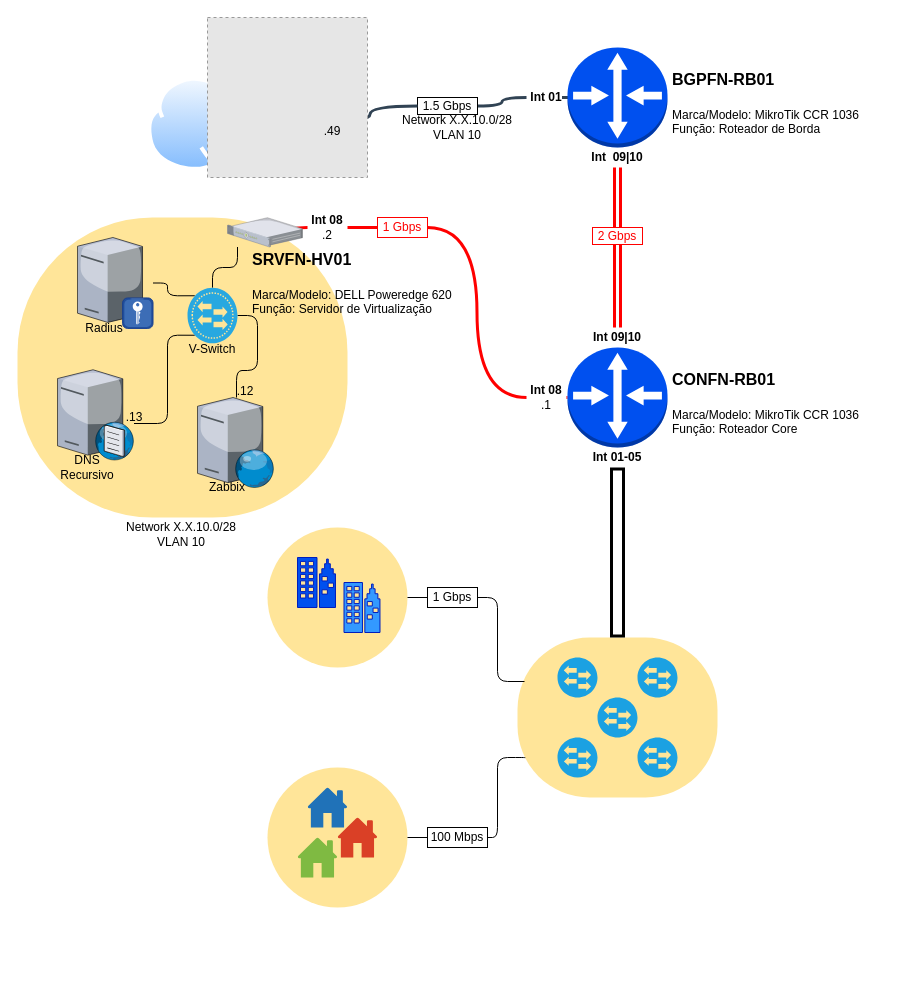
Above: Fox-Network-Diagrama.drawio in vamilson/Diagramas (draw.io), before the change. Source tidied: cells renumbered, new cells numbered last; positions are measured from the earlier drawing's top-left corner, leaving out a move shared by most shapes. Both pictures are drawn from the tidied source at 100%, with x=0, y=0 at pixel (17, 17). Pictures stored in the file or linked from it are replaced by grey dashed boxes.
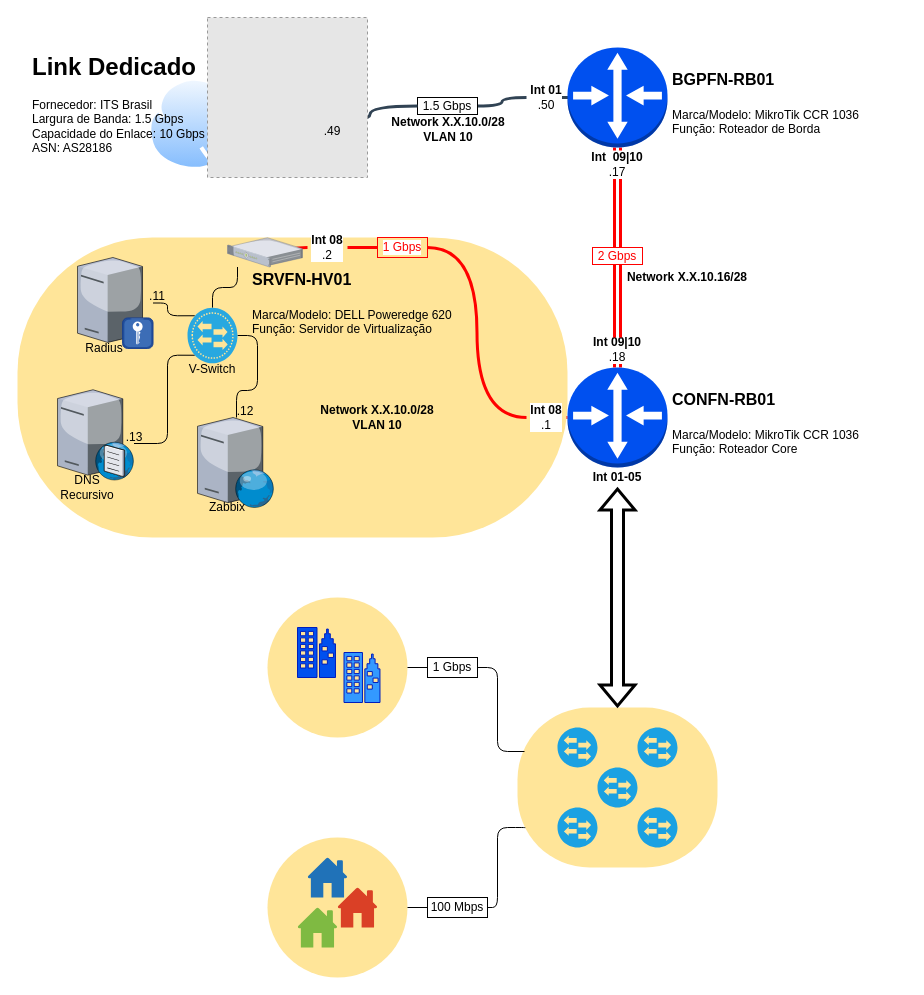
After the change.

The change refers to these unchanged cells:
```xml
<mxCell id="3" style="group;" parent="2" vertex="1">
  <mxGeometry x="400" y="620" width="400" height="170" as="geometry" />
</mxCell>
```

What changed in the source:
```diff
@@
     <mxCell id="4" style="rounded=1;whiteSpace=wrap;html=1;shadow=0;labelBackgroundColor=#ffffff;arcSize=45;fillColor=#FFE599;strokeColor=none;" parent="3" vertex="1">
-      <mxGeometry x="100" width="200" height="160" as="geometry" />
+      <mxGeometry x="100" y="70" width="200" height="160" as="geometry" />
     </mxCell>
     <mxCell id="5" style="verticalLabelPosition=bottom;html=1;fillColor=#1ba1e2;verticalAlign=top;align=center;shape=mxgraph.cisco_safe.capability.l2_switching;strokeColor=#006EAF;fontColor=#ffffff;flipH=0;" parent="3" vertex="1">
-      <mxGeometry x="140" y="100" width="40" height="40" as="geometry" />
+      <mxGeometry x="140" y="170" width="40" height="40" as="geometry" />
     </mxCell>
     <mxCell id="6" style="verticalLabelPosition=bottom;html=1;fillColor=#1ba1e2;verticalAlign=top;align=center;shape=mxgraph.cisco_safe.capability.l2_switching;strokeColor=#006EAF;fontColor=#ffffff;flipH=0;" parent="3" vertex="1">
-      <mxGeometry x="180" y="60" width="40" height="40" as="geometry" />
+      <mxGeometry x="180" y="130" width="40" height="40" as="geometry" />
     </mxCell>
     <mxCell id="7" style="verticalLabelPosition=bottom;html=1;fillColor=#1ba1e2;verticalAlign=top;align=center;shape=mxgraph.cisco_safe.capability.l2_switching;strokeColor=#006EAF;fontColor=#ffffff;flipH=0;" parent="3" vertex="1">
-      <mxGeometry x="140" y="20" width="40" height="40" as="geometry" />
+      <mxGeometry x="140" y="90" width="40" height="40" as="geometry" />
     </mxCell>
     <mxCell id="8" style="verticalLabelPosition=bottom;html=1;fillColor=#1ba1e2;verticalAlign=top;align=center;shape=mxgraph.cisco_safe.capability.l2_switching;strokeColor=#006EAF;fontColor=#ffffff;flipH=0;" parent="3" vertex="1">
-      <mxGeometry x="220" y="20" width="40" height="40" as="geometry" />
+      <mxGeometry x="220" y="90" width="40" height="40" as="geometry" />
     </mxCell>
     <mxCell id="9" style="verticalLabelPosition=bottom;html=1;fillColor=#1ba1e2;verticalAlign=top;align=center;shape=mxgraph.cisco_safe.capability.l2_switching;strokeColor=#006EAF;fontColor=#ffffff;flipH=0;" parent="3" vertex="1">
-      <mxGeometry x="220" y="100" width="40" height="40" as="geometry" />
+      <mxGeometry x="220" y="170" width="40" height="40" as="geometry" />
     </mxCell>
     <mxCell id="10" style="ellipse;whiteSpace=wrap;html=1;shadow=0;labelBackgroundColor=#ffffff;fillColor=#FFE599;strokeColor=none;" parent="2" vertex="1">
-      <mxGeometry x="250" y="510" width="140" height="140" as="geometry" />
+      <mxGeometry x="250" y="580" width="140" height="140" as="geometry" />
     </mxCell>
     <mxCell id="11" style="ellipse;whiteSpace=wrap;html=1;shadow=0;labelBackgroundColor=#ffffff;fillColor=#FFE599;strokeColor=none;" parent="2" vertex="1">
-      <mxGeometry x="250" y="750" width="140" height="140" as="geometry" />
+      <mxGeometry x="250" y="820" width="140" height="140" as="geometry" />
     </mxCell>
     <mxCell id="12" style="shadow=0;dashed=0;html=1;strokeColor=none;labelPosition=center;verticalLabelPosition=bottom;verticalAlign=top;align=center;shape=mxgraph.office.concepts.home;fillColor=#2072B8;" parent="2" vertex="1">
-      <mxGeometry x="290" y="770" width="40" height="40" as="geometry" />
+      <mxGeometry x="290" y="840" width="40" height="40" as="geometry" />
     </mxCell>
     <mxCell id="13" style="shadow=0;dashed=0;html=1;strokeColor=none;labelPosition=center;verticalLabelPosition=bottom;verticalAlign=top;align=center;shape=mxgraph.office.concepts.home;fillColor=#DA4026;" parent="2" vertex="1">
-      <mxGeometry x="320" y="800" width="40" height="40" as="geometry" />
+      <mxGeometry x="320" y="870" width="40" height="40" as="geometry" />
     </mxCell>
     <mxCell id="14" style="shadow=0;dashed=0;html=1;strokeColor=none;labelPosition=center;verticalLabelPosition=bottom;verticalAlign=top;align=center;shape=mxgraph.office.concepts.home;fillColor=#7FBA42;" parent="2" vertex="1">
-      <mxGeometry x="280" y="820" width="40" height="40" as="geometry" />
+      <mxGeometry x="280" y="890" width="40" height="40" as="geometry" />
     </mxCell>
     <mxCell id="15" style="group;" parent="2" vertex="1">
-      <mxGeometry y="200" width="470" height="330" as="geometry" />
+      <mxGeometry y="220" width="550" height="330" as="geometry" />
     </mxCell>
     <mxCell id="16" style="rounded=1;whiteSpace=wrap;html=1;shadow=0;labelBackgroundColor=#ffffff;arcSize=45;fillColor=#FFE599;strokeColor=none;" parent="15" vertex="1">
-      <mxGeometry width="330" height="300" as="geometry" />
+      <mxGeometry width="550" height="300" as="geometry" />
     </mxCell>
@@
-    <mxCell id="35" value="Network X.X.10.0/28&lt;br&gt;VLAN 10" style="text;html=1;strokeColor=none;fillColor=none;align=center;verticalAlign=middle;whiteSpace=wrap;rounded=0;" parent="15" vertex="1">
-      <mxGeometry x="84" y="307" width="160" height="20" as="geometry" />
+    <mxCell id="35" value="Network X.X.10.0/28&lt;br&gt;VLAN 10" style="text;html=1;strokeColor=none;fillColor=none;align=center;verticalAlign=middle;whiteSpace=wrap;rounded=0;fontStyle=1;" parent="15" vertex="1">
+      <mxGeometry x="280" y="170" width="160" height="20" as="geometry" />
     </mxCell>
+    <mxCell id="77" value=".11" style="text;html=1;strokeColor=none;fillColor=none;align=center;verticalAlign=middle;whiteSpace=wrap;rounded=0;" parent="15" vertex="1">
+      <mxGeometry x="120" y="49" width="40" height="20" as="geometry" />
+    </mxCell>
@@
-    <mxCell id="39" value="&lt;b&gt;Int 01&lt;/b&gt;" style="text;html=1;strokeColor=none;fillColor=none;align=center;verticalAlign=middle;whiteSpace=wrap;rounded=0;shadow=0;labelBackgroundColor=#ffffff;" parent="36" vertex="1">
+    <mxCell id="39" value="&lt;b&gt;Int 01&lt;/b&gt;&lt;br&gt;.50" style="text;html=1;strokeColor=none;fillColor=none;align=center;verticalAlign=middle;whiteSpace=wrap;rounded=0;shadow=0;labelBackgroundColor=#ffffff;" parent="36" vertex="1">
       <mxGeometry x="509" y="70" width="40" height="20" as="geometry" />
     </mxCell>
@@
-    <mxCell id="41" value="&lt;b&gt;Int&amp;nbsp;09|10&lt;br&gt;&lt;/b&gt;" style="text;html=1;strokeColor=none;fillColor=none;align=center;verticalAlign=middle;whiteSpace=wrap;rounded=0;shadow=0;labelBackgroundColor=#ffffff;" parent="36" vertex="1">
-      <mxGeometry x="580" y="310" width="40" height="20" as="geometry" />
-    </mxCell>
-    <mxCell id="42" style="edgeStyle=orthogonalEdgeStyle;rounded=1;jettySize=auto;html=1;entryX=0.5;entryY=0;entryDx=0;entryDy=0;entryPerimeter=0;endArrow=none;endFill=0;strokeColor=#FF0000;strokeWidth=3;shape=link;exitX=0.5;exitY=1;exitDx=0;exitDy=0;exitPerimeter=0;" parent="36" edge="1" source="51" target="41">
-      <mxGeometry relative="1" as="geometry" />
+    <mxCell id="42" style="edgeStyle=orthogonalEdgeStyle;rounded=1;jettySize=auto;html=1;endArrow=none;endFill=0;strokeColor=#FF0000;strokeWidth=3;shape=link;exitX=0.5;exitY=1;exitDx=0;exitDy=0;exitPerimeter=0;" parent="36" edge="1" source="41">
+      <mxGeometry relative="1" as="geometry">
+        <mxPoint x="600" y="327" as="targetPoint" />
+      </mxGeometry>
     </mxCell>
@@
     <mxCell id="45" value="&lt;font color=&quot;#ff0000&quot;&gt;1 Gbps&lt;/font&gt;" style="text;html=1;strokeColor=#FF0000;fillColor=none;align=center;verticalAlign=middle;whiteSpace=wrap;rounded=0;shadow=0;labelBackgroundColor=#ffffff;" parent="36" vertex="1">
-      <mxGeometry x="360" y="200" width="50" height="20" as="geometry" />
+      <mxGeometry x="360" y="220" width="50" height="20" as="geometry" />
     </mxCell>
@@
     <mxCell id="47" value="&lt;b&gt;Int 08&lt;/b&gt;&lt;br&gt;.1" style="text;html=1;strokeColor=none;fillColor=none;align=center;verticalAlign=middle;whiteSpace=wrap;rounded=0;shadow=0;labelBackgroundColor=#ffffff;" parent="36" vertex="1">
-      <mxGeometry x="509" y="370" width="40" height="20" as="geometry" />
+      <mxGeometry x="509" y="390" width="40" height="20" as="geometry" />
     </mxCell>
     <mxCell id="48" style="edgeStyle=orthogonalEdgeStyle;curved=1;jettySize=auto;html=1;endArrow=none;endFill=0;strokeColor=#FF0000;strokeWidth=3;" parent="36" edge="1" source="60" target="47">
       <mxGeometry relative="1" as="geometry">
         <Array as="points">
-          <mxPoint x="540" y="380" />
-          <mxPoint x="540" y="380" />
+          <mxPoint x="540" y="400" />
+          <mxPoint x="540" y="400" />
         </Array>
       </mxGeometry>
     </mxCell>
     <mxCell id="49" value="&lt;b&gt;Int 01-05&lt;br&gt;&lt;/b&gt;" style="text;html=1;strokeColor=none;fillColor=none;align=center;verticalAlign=middle;whiteSpace=wrap;rounded=0;shadow=0;labelBackgroundColor=#ffffff;" parent="36" vertex="1">
-      <mxGeometry x="570" y="430" width="60" height="20" as="geometry" />
+      <mxGeometry x="570" y="450" width="60" height="20" as="geometry" />
     </mxCell>
-    <mxCell id="50" style="edgeStyle=none;shape=flexArrow;rounded=0;jettySize=auto;html=1;exitX=0.5;exitY=0;exitDx=0;exitDy=0;startArrow=none;startFill=0;endArrow=none;endFill=0;strokeColor=#000000;strokeWidth=3;entryX=0.5;entryY=1;entryDx=0;entryDy=0;entryPerimeter=0;" parent="36" edge="1" source="4" target="49">
+    <mxCell id="50" style="edgeStyle=none;shape=flexArrow;rounded=0;jettySize=auto;html=1;exitX=0.5;exitY=0;exitDx=0;exitDy=0;startArrow=block;startFill=0;endArrow=block;endFill=0;strokeColor=#000000;strokeWidth=3;entryX=0.5;entryY=1;entryDx=0;entryDy=0;entryPerimeter=0;" parent="36" edge="1" source="4" target="49">
       <mxGeometry relative="1" as="geometry" />
     </mxCell>
     <mxCell id="51" value="&lt;font color=&quot;#ff0000&quot;&gt;2 Gbps&lt;/font&gt;" style="text;html=1;strokeColor=#FF0000;fillColor=none;align=center;verticalAlign=middle;whiteSpace=wrap;rounded=0;shadow=0;labelBackgroundColor=#ffffff;" parent="36" vertex="1">
-      <mxGeometry x="575" y="210" width="50" height="17" as="geometry" />
+      <mxGeometry x="575" y="230" width="50" height="17" as="geometry" />
     </mxCell>
@@
-    <mxCell id="53" value="&lt;b&gt;Int&amp;nbsp; 09|10&lt;/b&gt;" style="text;html=1;strokeColor=none;fillColor=none;align=center;verticalAlign=middle;whiteSpace=wrap;rounded=0;shadow=0;labelBackgroundColor=#ffffff;" parent="36" vertex="1">
-      <mxGeometry x="570" y="130" width="60" height="20" as="geometry" />
+    <mxCell id="53" value="&lt;b&gt;Int&amp;nbsp; 09|10&lt;/b&gt;&lt;br&gt;.17" style="text;html=1;strokeColor=none;fillColor=none;align=center;verticalAlign=middle;whiteSpace=wrap;rounded=0;shadow=0;labelBackgroundColor=#ffffff;" parent="36" vertex="1">
+      <mxGeometry x="570" y="133" width="60" height="27" as="geometry" />
     </mxCell>
@@
+    <mxCell id="41" value="&lt;b&gt;Int&amp;nbsp;09|10&lt;/b&gt;&lt;br&gt;.18" style="text;html=1;strokeColor=none;fillColor=none;align=center;verticalAlign=middle;whiteSpace=wrap;rounded=0;shadow=0;labelBackgroundColor=#ffffff;" parent="36" vertex="1">
+      <mxGeometry x="580" y="320" width="40" height="24" as="geometry" />
+    </mxCell>
+    <mxCell id="78" style="edgeStyle=orthogonalEdgeStyle;rounded=1;jettySize=auto;html=1;endArrow=none;endFill=0;strokeColor=#FF0000;strokeWidth=3;shape=link;exitX=0.5;exitY=1;exitDx=0;exitDy=0;exitPerimeter=0;" parent="36" edge="1" source="51" target="41">
+      <mxGeometry relative="1" as="geometry" />
+    </mxCell>
@@
     <mxCell id="58" style="verticalLabelPosition=bottom;html=1;verticalAlign=top;align=center;strokeColor=#001DBC;fillColor=#3399FF;shape=mxgraph.azure.enterprise;shadow=0;labelBackgroundColor=none;fontColor=#ffffff;" parent="57" vertex="1">
-      <mxGeometry x="326.5" y="565" width="36" height="50" as="geometry" />
+      <mxGeometry x="326.5" y="635" width="36" height="50" as="geometry" />
     </mxCell>
@@
     <mxCell id="60" style="outlineConnect=0;dashed=0;verticalLabelPosition=bottom;verticalAlign=top;align=center;html=1;shape=mxgraph.aws3.router;fillColor=#0050ef;strokeColor=#001DBC;fontColor=#ffffff;labelBorderColor=none;labelBackgroundColor=none;shadow=0;noLabel=0;" parent="57" vertex="1">
-      <mxGeometry x="550" y="330" width="100" height="100" as="geometry" />
+      <mxGeometry x="550" y="350" width="100" height="100" as="geometry" />
     </mxCell>
@@
     <mxCell id="65" style="verticalLabelPosition=bottom;html=1;verticalAlign=top;align=center;strokeColor=#001DBC;fillColor=#0050ef;shape=mxgraph.azure.enterprise;shadow=0;labelBackgroundColor=none;fontColor=#ffffff;" parent="57" vertex="1">
-      <mxGeometry x="280" y="540" width="38" height="50" as="geometry" />
+      <mxGeometry x="280" y="610" width="38" height="50" as="geometry" />
     </mxCell>
@@
     <mxCell id="68" value="&lt;h1&gt;&lt;font style=&quot;font-size: 16px&quot;&gt;CONFN-RB01&lt;/font&gt;&lt;/h1&gt;&lt;div&gt;&lt;font style=&quot;font-size: 12px&quot;&gt;Marca/Modelo: MikroTik CCR 1036&lt;/font&gt;&lt;/div&gt;&lt;div&gt;&lt;font style=&quot;font-size: 12px&quot;&gt;Função: Roteador Core&lt;br&gt;&lt;br&gt;&lt;/font&gt;&lt;/div&gt;&lt;div&gt;&lt;font style=&quot;font-size: 12px&quot;&gt;&lt;br&gt;&lt;/font&gt;&lt;/div&gt;" style="text;html=1;strokeColor=none;fillColor=none;spacing=5;spacingTop=-20;whiteSpace=wrap;overflow=hidden;rounded=0;" parent="57" vertex="1">
-      <mxGeometry x="650" y="340" width="240" height="80" as="geometry" />
+      <mxGeometry x="650" y="360" width="240" height="80" as="geometry" />
     </mxCell>
     <mxCell id="69" value="1 Gbps" style="text;html=1;strokeColor=#000000;fillColor=none;align=center;verticalAlign=middle;whiteSpace=wrap;rounded=0;shadow=0;labelBackgroundColor=#ffffff;" parent="57" vertex="1">
-      <mxGeometry x="410" y="570" width="50" height="20" as="geometry" />
+      <mxGeometry x="410" y="640" width="50" height="20" as="geometry" />
     </mxCell>
@@
     <mxCell id="71" style="edgeStyle=orthogonalEdgeStyle;rounded=1;jettySize=auto;html=1;exitX=1;exitY=0.5;exitDx=0;exitDy=0;endArrow=none;endFill=0;strokeColor=#000000;" parent="57" edge="1" source="11">
       <mxGeometry relative="1" as="geometry">
-        <mxPoint x="410" y="820" as="targetPoint" />
+        <mxPoint x="410" y="890" as="targetPoint" />
       </mxGeometry>
     </mxCell>
@@
     <mxCell id="74" style="edgeStyle=orthogonalEdgeStyle;rounded=1;jettySize=auto;html=1;exitX=1;exitY=0.5;exitDx=0;exitDy=0;endArrow=none;endFill=0;strokeColor=#000000;entryX=0.039;entryY=0.751;entryDx=0;entryDy=0;entryPerimeter=0;" parent="73" edge="1" source="75" target="4">
       <mxGeometry relative="1" as="geometry">
         <Array as="points">
-          <mxPoint x="480" y="820" />
-          <mxPoint x="480" y="740" />
-          <mxPoint x="506" y="740" />
+          <mxPoint x="480" y="890" />
+          <mxPoint x="480" y="810" />
+          <mxPoint x="506" y="810" />
         </Array>
       </mxGeometry>
     </mxCell>
     <mxCell id="75" value="100 Mbps" style="text;html=1;strokeColor=#000000;fillColor=none;align=center;verticalAlign=middle;whiteSpace=wrap;rounded=0;shadow=0;labelBackgroundColor=#ffffff;comic=0;glass=0;" parent="73" vertex="1">
-      <mxGeometry x="410" y="810" width="60" height="20" as="geometry" />
+      <mxGeometry x="410" y="880" width="60" height="20" as="geometry" />
     </mxCell>
-    <mxCell id="76" value="Network X.X.10.0/28&lt;br&gt;VLAN 10" style="text;html=1;strokeColor=none;fillColor=none;align=center;verticalAlign=middle;whiteSpace=wrap;rounded=0;" parent="73" vertex="1">
-      <mxGeometry x="360" y="100" width="160" height="20" as="geometry" />
+    <mxCell id="76" value="Network X.X.10.0/28&lt;br&gt;VLAN 10" style="text;html=1;strokeColor=none;fillColor=none;align=center;verticalAlign=middle;whiteSpace=wrap;rounded=0;fontStyle=1;" parent="73" vertex="1">
+      <mxGeometry x="351" y="102" width="160" height="20" as="geometry" />
     </mxCell>
+    <mxCell id="79" value="&lt;h1&gt;Link Dedicado&lt;/h1&gt;&lt;p&gt;Fornecedor: ITS Brasil&lt;br&gt;Largura de Banda: 1.5 Gbps&lt;br&gt;Capacidade do Enlace: 10 Gbps&lt;br&gt;ASN: AS28186&lt;/p&gt;" style="text;html=1;strokeColor=none;fillColor=none;spacing=5;spacingTop=-20;whiteSpace=wrap;overflow=hidden;rounded=0;shadow=0;glass=0;comic=0;" parent="73" vertex="1">
+      <mxGeometry x="10" y="30" width="190" height="120" as="geometry" />
+    </mxCell>
+    <mxCell id="80" value="Network X.X.10.16/28" style="text;html=1;strokeColor=none;fillColor=none;align=center;verticalAlign=middle;whiteSpace=wrap;rounded=0;fontStyle=1;" parent="73" vertex="1">
+      <mxGeometry x="590" y="250" width="160" height="20" as="geometry" />
+    </mxCell>
```
